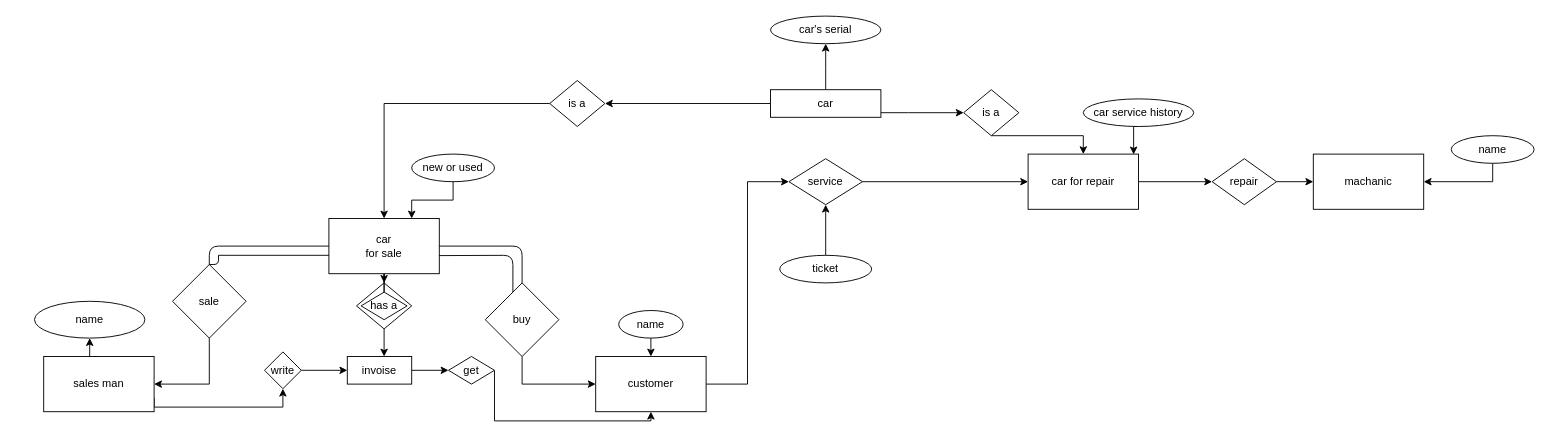
This is Untitled Diagram.drawio from Zoha-bigginer/z, a draw.io file, before an edit. Source tidied: cells renumbered, new cells numbered last; positions are measured from the earlier drawing's top-left corner, leaving out a move shared by most shapes. Both pictures are drawn from the tidied source at 92%, with x=0, y=0 at pixel (34, 16).
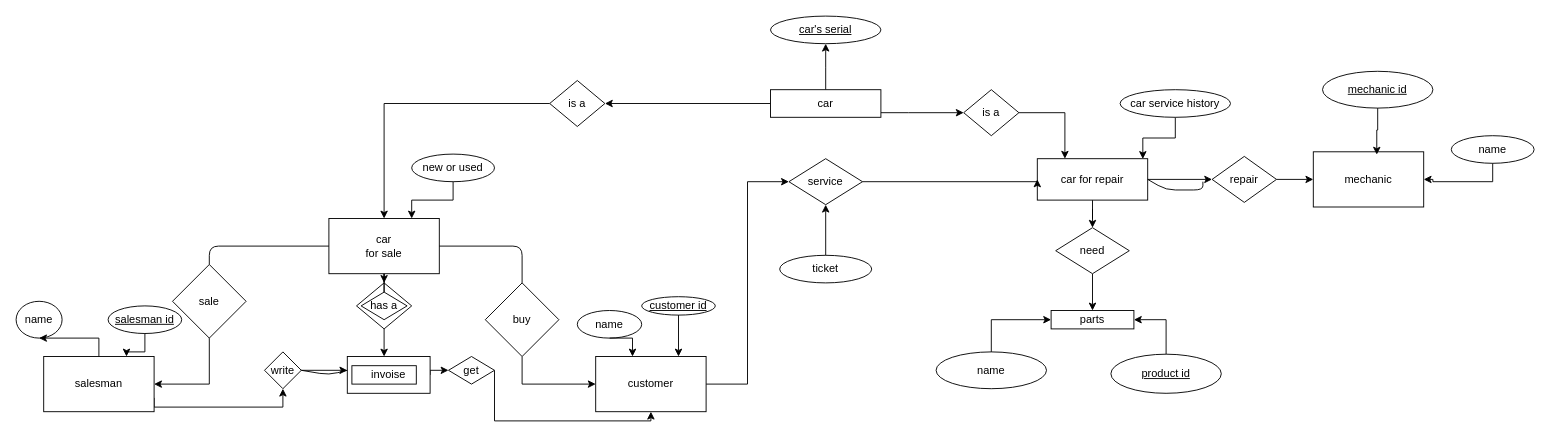
After the change.

The change refers to these unchanged cells:
```xml
<mxCell id="3" value="&lt;div&gt;car&lt;/div&gt;&lt;div&gt;for sale&lt;/div&gt;" style="rounded=0;whiteSpace=wrap;html=1;" parent="1" vertex="1">
  <mxGeometry x="320" y="220" width="120" height="60" as="geometry" />
</mxCell>
<mxCell id="8" value="&lt;div&gt;customer&lt;/div&gt;" style="rounded=0;whiteSpace=wrap;html=1;" parent="1" vertex="1">
  <mxGeometry x="610" y="370" width="120" height="60" as="geometry" />
</mxCell>
<mxCell id="10" value="&lt;div&gt;sale&lt;/div&gt;" style="rhombus;whiteSpace=wrap;html=1;" parent="1" vertex="1">
  <mxGeometry x="150" y="270" width="80" height="80" as="geometry" />
</mxCell>
<mxCell id="12" value="&lt;div&gt;buy&lt;/div&gt;" style="rhombus;whiteSpace=wrap;html=1;" parent="1" vertex="1">
  <mxGeometry x="490" y="290" width="80" height="80" as="geometry" />
</mxCell>
<mxCell id="21" value="&lt;div&gt;write&lt;/div&gt;" style="rhombus;whiteSpace=wrap;html=1;" parent="1" vertex="1">
  <mxGeometry x="250" y="365" width="40" height="40" as="geometry" />
</mxCell>
<mxCell id="23" value="&lt;div&gt;get&lt;/div&gt;" style="rhombus;whiteSpace=wrap;html=1;" parent="1" vertex="1">
  <mxGeometry x="450" y="370" width="50" height="30" as="geometry" />
</mxCell>
<mxCell id="38" value="is a" style="rhombus;whiteSpace=wrap;html=1;" parent="1" vertex="1">
  <mxGeometry x="1010" y="80" width="60" height="50" as="geometry" />
</mxCell>
```

The edit, as a diff of the source:
```diff
@@
-    <mxCell id="6" value="&lt;div&gt;sales man&lt;/div&gt;" style="rounded=0;whiteSpace=wrap;html=1;" parent="1" vertex="1">
+    <mxCell id="6" value="&lt;div&gt;salesman&lt;/div&gt;" style="rounded=0;whiteSpace=wrap;html=1;" parent="1" vertex="1">
       <mxGeometry x="10" y="370" width="120" height="60" as="geometry" />
     </mxCell>
@@
-    <mxCell id="13" style="endArrow=none;html=1;exitX=0.997;exitY=0.672;exitDx=0;exitDy=0;exitPerimeter=0;entryX=0.375;entryY=0.125;entryDx=0;entryDy=0;entryPerimeter=0;" parent="1" edge="1" source="3" target="12">
-      <mxGeometry relative="1" as="geometry">
-        <Array as="points">
-          <mxPoint x="520" y="260" />
-        </Array>
-      </mxGeometry>
-    </mxCell>
@@
-    <mxCell id="15" style="endArrow=none;html=1;exitX=0.5;exitY=0;exitDx=0;exitDy=0;" parent="1" edge="1" source="10">
-      <mxGeometry relative="1" as="geometry">
-        <mxPoint x="200" y="260" as="targetPoint" />
-        <Array as="points">
-          <mxPoint x="200" y="270" />
-        </Array>
-      </mxGeometry>
-    </mxCell>
-    <mxCell id="16" style="endArrow=none;html=1;" parent="1" edge="1">
-      <mxGeometry relative="1" as="geometry">
-        <mxPoint x="200" y="260" as="sourcePoint" />
-        <mxPoint x="320" y="260" as="targetPoint" />
-      </mxGeometry>
-    </mxCell>
@@
     <mxCell id="18" style="edgeStyle=orthogonalEdgeStyle;rounded=0;jettySize=auto;html=1;exitX=1;exitY=0.5;exitDx=0;exitDy=0;entryX=0;entryY=0.5;entryDx=0;entryDy=0;" parent="1" edge="1" source="19" target="23">
-      <mxGeometry relative="1" as="geometry" />
+      <mxGeometry relative="1" as="geometry">
+        <Array as="points">
+          <mxPoint x="430" y="385" />
+        </Array>
+      </mxGeometry>
     </mxCell>
     <mxCell id="19" value="invoise" style="rounded=0;whiteSpace=wrap;html=1;" parent="1" vertex="1">
-      <mxGeometry x="340" y="370" width="70" height="30" as="geometry" />
+      <mxGeometry x="340" y="370" width="90" height="40" as="geometry" />
     </mxCell>
-    <mxCell id="20" style="edgeStyle=orthogonalEdgeStyle;rounded=0;jettySize=auto;html=1;exitX=1;exitY=0.5;exitDx=0;exitDy=0;entryX=0;entryY=0.5;entryDx=0;entryDy=0;" parent="1" edge="1" source="21" target="19">
-      <mxGeometry relative="1" as="geometry" />
+    <mxCell id="20" style="edgeStyle=orthogonalEdgeStyle;rounded=0;jettySize=auto;html=1;exitX=1;exitY=0.5;exitDx=0;exitDy=0;" parent="1" edge="1" source="21">
+      <mxGeometry relative="1" as="geometry">
+        <mxPoint x="340" y="385" as="targetPoint" />
+        <Array as="points">
+          <mxPoint x="340" y="385" />
+        </Array>
+      </mxGeometry>
     </mxCell>
@@
     <mxCell id="27" value="name" style="ellipse;whiteSpace=wrap;html=1;fillColor=none;" parent="1" vertex="1">
-      <mxGeometry y="310" width="120" height="40" as="geometry" />
+      <mxGeometry x="-20" y="310" width="50" height="40" as="geometry" />
     </mxCell>
     <mxCell id="28" style="edgeStyle=orthogonalEdgeStyle;rounded=0;jettySize=auto;html=1;exitX=0.5;exitY=1;exitDx=0;exitDy=0;" parent="1" edge="1" source="29" target="8">
       <mxGeometry relative="1" as="geometry">
         <Array as="points">
-          <mxPoint x="670" y="350" />
+          <mxPoint x="650" y="350" />
         </Array>
       </mxGeometry>
     </mxCell>
     <mxCell id="29" value="&lt;div&gt;name&lt;/div&gt;" style="ellipse;whiteSpace=wrap;html=1;fillColor=none;" parent="1" vertex="1">
-      <mxGeometry x="635" y="320" width="70" height="30" as="geometry" />
+      <mxGeometry x="590" y="320" width="70" height="30" as="geometry" />
     </mxCell>
@@
+    <mxCell id="54" style="edgeStyle=orthogonalEdgeStyle;rounded=0;jettySize=auto;html=1;exitX=0.5;exitY=1;exitDx=0;exitDy=0;" parent="1" edge="1" source="35" target="68">
+      <mxGeometry relative="1" as="geometry" />
+    </mxCell>
     <mxCell id="35" value="car for repair" style="rounded=0;whiteSpace=wrap;html=1;" parent="1" vertex="1">
-      <mxGeometry x="1080" y="150" width="120" height="60" as="geometry" />
+      <mxGeometry x="1090" y="155" width="120" height="45" as="geometry" />
     </mxCell>
-    <mxCell id="36" value="car's serial" style="ellipse;whiteSpace=wrap;html=1;" parent="1" vertex="1">
+    <mxCell id="36" value="&lt;u&gt;car's serial&lt;/u&gt;" style="ellipse;whiteSpace=wrap;html=1;" parent="1" vertex="1">
       <mxGeometry x="800" width="120" height="30" as="geometry" />
     </mxCell>
-    <mxCell id="37" style="edgeStyle=orthogonalEdgeStyle;rounded=0;jettySize=auto;html=1;exitX=0.5;exitY=1;exitDx=0;exitDy=0;entryX=0.5;entryY=0;entryDx=0;entryDy=0;" parent="1" edge="1" source="38" target="35">
-      <mxGeometry relative="1" as="geometry">
-        <Array as="points">
-          <mxPoint x="1140" y="130" />
-        </Array>
-      </mxGeometry>
+    <mxCell id="37" style="edgeStyle=orthogonalEdgeStyle;rounded=0;jettySize=auto;html=1;exitX=1;exitY=0.5;exitDx=0;exitDy=0;entryX=0.25;entryY=0;entryDx=0;entryDy=0;" parent="1" edge="1" source="38" target="35">
+      <mxGeometry relative="1" as="geometry" />
     </mxCell>
@@
     <mxCell id="44" value="&lt;div&gt;car service history&lt;/div&gt;" style="ellipse;whiteSpace=wrap;html=1;" parent="1" vertex="1">
-      <mxGeometry x="1140" y="90" width="120" height="30" as="geometry" />
+      <mxGeometry x="1180" y="80" width="120" height="30" as="geometry" />
     </mxCell>
@@
-    <mxCell id="49" value="machanic" style="rounded=0;whiteSpace=wrap;html=1;fillColor=none;" parent="1" vertex="1">
-      <mxGeometry x="1390" y="150" width="120" height="60" as="geometry" />
+    <mxCell id="49" value="mechanic" style="rounded=0;whiteSpace=wrap;html=1;fillColor=none;" parent="1" vertex="1">
+      <mxGeometry x="1390" y="147.5" width="120" height="60" as="geometry" />
     </mxCell>
@@
     <mxCell id="51" value="repair" style="rhombus;whiteSpace=wrap;html=1;fillColor=none;" parent="1" vertex="1">
-      <mxGeometry x="1280" y="155" width="70" height="50" as="geometry" />
+      <mxGeometry x="1280" y="152.5" width="70" height="50" as="geometry" />
     </mxCell>
@@
+    <mxCell id="55" style="edgeStyle=orthogonalEdgeStyle;rounded=0;jettySize=auto;html=1;" parent="1" edge="1" source="56" target="6">
+      <mxGeometry relative="1" as="geometry">
+        <Array as="points">
+          <mxPoint x="120" y="365" />
+          <mxPoint x="100" y="365" />
+        </Array>
+      </mxGeometry>
+    </mxCell>
+    <mxCell id="56" value="&lt;div&gt;&lt;u&gt;salesman id&lt;/u&gt;&lt;/div&gt;" style="ellipse;whiteSpace=wrap;html=1;fillColor=none;" parent="1" vertex="1">
+      <mxGeometry x="80" y="315" width="80" height="30" as="geometry" />
+    </mxCell>
+    <mxCell id="57" style="rounded=0;whiteSpace=wrap;html=1;fillColor=none;" parent="1" vertex="1">
+      <mxGeometry x="345" y="380" width="70" height="20" as="geometry" />
+    </mxCell>
+    <mxCell id="58" style="edgeStyle=orthogonalEdgeStyle;rounded=0;jettySize=auto;html=1;exitX=0.5;exitY=1;exitDx=0;exitDy=0;entryX=0.75;entryY=0;entryDx=0;entryDy=0;" parent="1" edge="1" source="59" target="8">
+      <mxGeometry relative="1" as="geometry" />
+    </mxCell>
+    <mxCell id="59" value="&lt;u&gt;customer id&lt;/u&gt;" style="ellipse;whiteSpace=wrap;html=1;fillColor=none;" parent="1" vertex="1">
+      <mxGeometry x="660" y="305" width="80" height="20" as="geometry" />
+    </mxCell>
+    <mxCell id="60" style="edgeStyle=orthogonalEdgeStyle;rounded=0;jettySize=auto;html=1;exitX=0.5;exitY=1;exitDx=0;exitDy=0;entryX=0.575;entryY=0.051;entryDx=0;entryDy=0;entryPerimeter=0;" parent="1" edge="1" source="61" target="49">
+      <mxGeometry relative="1" as="geometry" />
+    </mxCell>
+    <mxCell id="61" value="&lt;u&gt;mechanic id&lt;/u&gt;" style="ellipse;whiteSpace=wrap;html=1;fillColor=#ffffff;gradientColor=none;" parent="1" vertex="1">
+      <mxGeometry x="1400" y="60" width="120" height="40" as="geometry" />
+    </mxCell>
+    <mxCell id="62" value="parts" style="rounded=0;whiteSpace=wrap;html=1;fillColor=#ffffff;gradientColor=none;" parent="1" vertex="1">
+      <mxGeometry x="1105" y="320" width="90" height="20" as="geometry" />
+    </mxCell>
+    <mxCell id="63" style="edgeStyle=orthogonalEdgeStyle;rounded=0;jettySize=auto;html=1;exitX=0.5;exitY=0;exitDx=0;exitDy=0;entryX=0;entryY=0.5;entryDx=0;entryDy=0;" parent="1" edge="1" source="64" target="62">
+      <mxGeometry relative="1" as="geometry" />
+    </mxCell>
+    <mxCell id="64" value="name" style="ellipse;whiteSpace=wrap;html=1;fillColor=#ffffff;gradientColor=none;" parent="1" vertex="1">
+      <mxGeometry x="980" y="365" width="120" height="40" as="geometry" />
+    </mxCell>
+    <mxCell id="65" style="edgeStyle=orthogonalEdgeStyle;rounded=0;jettySize=auto;html=1;exitX=0.5;exitY=0;exitDx=0;exitDy=0;entryX=1;entryY=0.5;entryDx=0;entryDy=0;" parent="1" edge="1" source="66" target="62">
+      <mxGeometry relative="1" as="geometry" />
+    </mxCell>
+    <mxCell id="66" value="&lt;u&gt;product id&lt;br&gt;&lt;/u&gt;" style="ellipse;whiteSpace=wrap;html=1;fillColor=#ffffff;gradientColor=none;" parent="1" vertex="1">
+      <mxGeometry x="1170" y="367.5" width="120" height="42.5" as="geometry" />
+    </mxCell>
+    <mxCell id="67" style="edgeStyle=orthogonalEdgeStyle;rounded=0;jettySize=auto;html=1;exitX=0.5;exitY=1;exitDx=0;exitDy=0;entryX=0.5;entryY=0;entryDx=0;entryDy=0;" parent="1" edge="1" source="68" target="62">
+      <mxGeometry relative="1" as="geometry" />
+    </mxCell>
+    <mxCell id="68" value="need" style="rhombus;whiteSpace=wrap;html=1;" parent="1" vertex="1">
+      <mxGeometry x="1110" y="230" width="80" height="50" as="geometry" />
+    </mxCell>
+    <mxCell id="69" style="endArrow=none;html=1;exitX=1;exitY=0.5;exitDx=0;exitDy=0;" parent="1" edge="1" source="35">
+      <mxGeometry relative="1" as="geometry">
+        <mxPoint x="1270" y="180" as="targetPoint" />
+        <Array as="points">
+          <mxPoint x="1230" y="189" />
+          <mxPoint x="1270" y="189" />
+        </Array>
+      </mxGeometry>
+    </mxCell>
+    <mxCell id="70" style="endArrow=none;html=1;exitX=1;exitY=0.5;exitDx=0;exitDy=0;entryX=0;entryY=0.375;entryDx=0;entryDy=0;entryPerimeter=0;" parent="1" edge="1" source="21" target="19">
+      <mxGeometry relative="1" as="geometry">
+        <Array as="points">
+          <mxPoint x="320" y="390" />
+        </Array>
+      </mxGeometry>
+    </mxCell>
```
